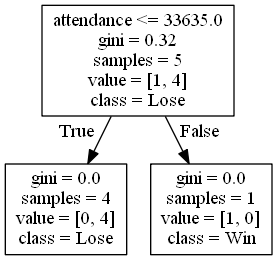
This is DecisionTrees/Mountain Westdecision_tree_no_score2.png from alexana-steck/CSE482Project, a Graphviz export, as it was before one commit. Its source is kept beside it as DecisionTrees/Mountain Westdecision_tree_no_score2.dot.
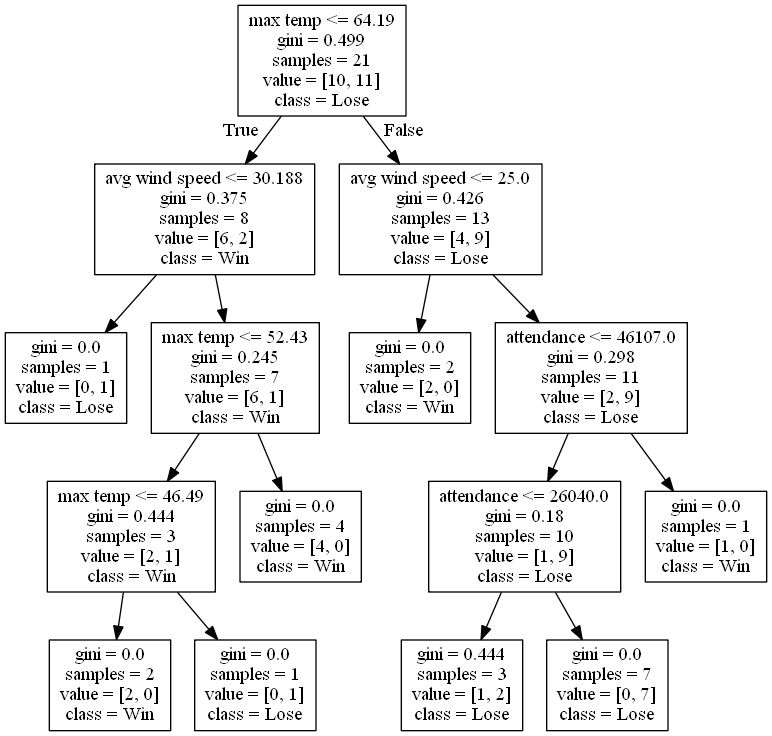
Later version of the same file.

Diff of the diagram source:
```diff
@@ -1,8 +1,32 @@
 digraph Tree {
 node [shape=box] ;
-0 [label="attendance <= 33635.0\ngini = 0.32\nsamples = 5\nvalue = [1, 4]\nclass = Lose"] ;
-1 [label="gini = 0.0\nsamples = 4\nvalue = [0, 4]\nclass = Lose"] ;
+0 [label="max temp <= 64.19\ngini = 0.499\nsamples = 21\nvalue = [10, 11]\nclass = Lose"] ;
+1 [label="avg wind speed <= 30.188\ngini = 0.375\nsamples = 8\nvalue = [6, 2]\nclass = Win"] ;
 0 -> 1 [labeldistance=2.5, labelangle=45, headlabel="True"] ;
-2 [label="gini = 0.0\nsamples = 1\nvalue = [1, 0]\nclass = Win"] ;
-0 -> 2 [labeldistance=2.5, labelangle=-45, headlabel="False"] ;
+2 [label="gini = 0.0\nsamples = 1\nvalue = [0, 1]\nclass = Lose"] ;
+1 -> 2 ;
+3 [label="max temp <= 52.43\ngini = 0.245\nsamples = 7\nvalue = [6, 1]\nclass = Win"] ;
+1 -> 3 ;
+4 [label="max temp <= 46.49\ngini = 0.444\nsamples = 3\nvalue = [2, 1]\nclass = Win"] ;
+3 -> 4 ;
+5 [label="gini = 0.0\nsamples = 2\nvalue = [2, 0]\nclass = Win"] ;
+4 -> 5 ;
+6 [label="gini = 0.0\nsamples = 1\nvalue = [0, 1]\nclass = Lose"] ;
+4 -> 6 ;
+7 [label="gini = 0.0\nsamples = 4\nvalue = [4, 0]\nclass = Win"] ;
+3 -> 7 ;
+8 [label="avg wind speed <= 25.0\ngini = 0.426\nsamples = 13\nvalue = [4, 9]\nclass = Lose"] ;
+0 -> 8 [labeldistance=2.5, labelangle=-45, headlabel="False"] ;
+9 [label="gini = 0.0\nsamples = 2\nvalue = [2, 0]\nclass = Win"] ;
+8 -> 9 ;
+10 [label="attendance <= 46107.0\ngini = 0.298\nsamples = 11\nvalue = [2, 9]\nclass = Lose"] ;
+8 -> 10 ;
+11 [label="attendance <= 26040.0\ngini = 0.18\nsamples = 10\nvalue = [1, 9]\nclass = Lose"] ;
+10 -> 11 ;
+12 [label="gini = 0.444\nsamples = 3\nvalue = [1, 2]\nclass = Lose"] ;
+11 -> 12 ;
+13 [label="gini = 0.0\nsamples = 7\nvalue = [0, 7]\nclass = Lose"] ;
+11 -> 13 ;
+14 [label="gini = 0.0\nsamples = 1\nvalue = [1, 0]\nclass = Win"] ;
+10 -> 14 ;
 }
```
